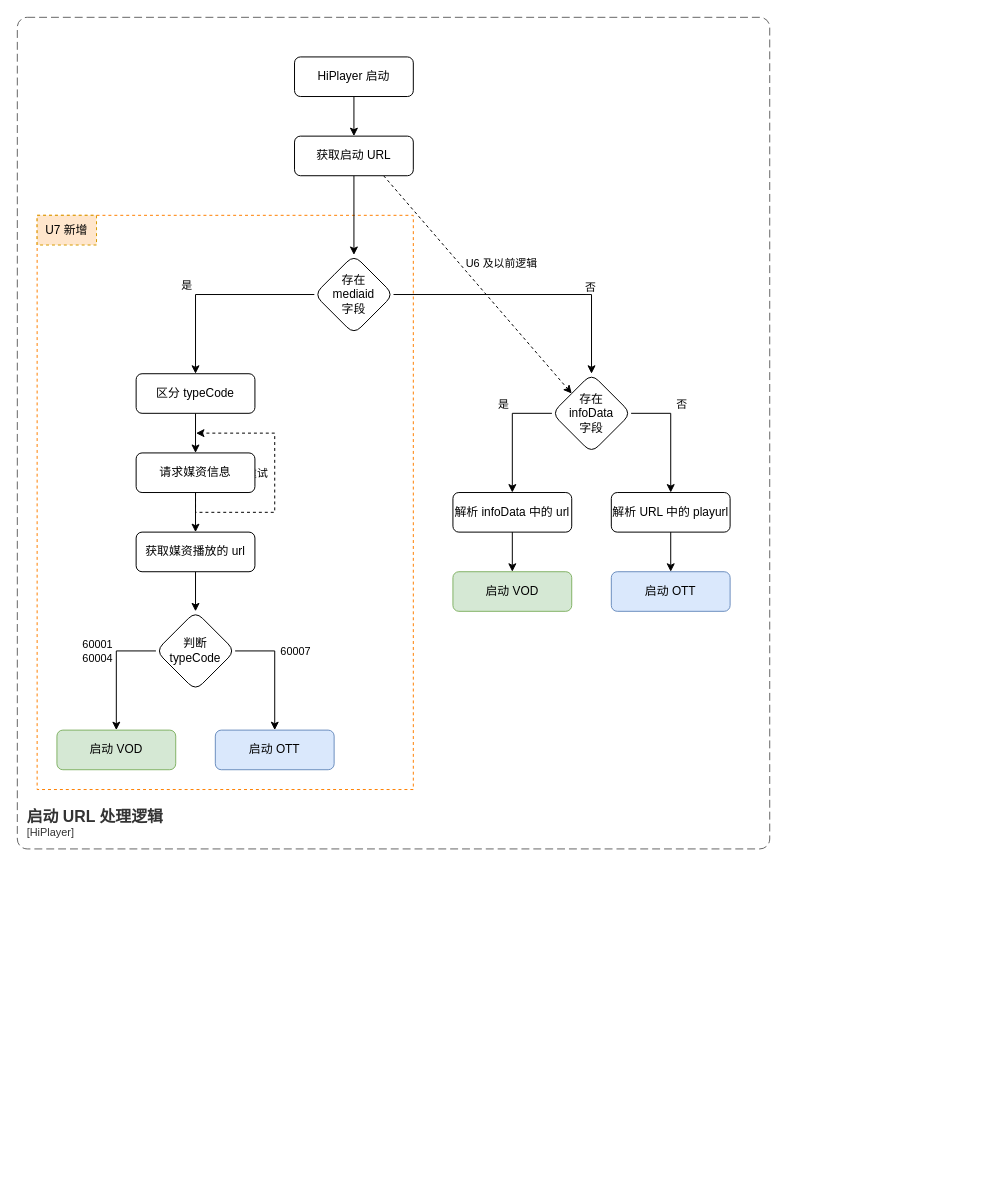
Before: page "启动 URL 处理逻辑" (2 of 2) of HiPlayer.drawio in LeeDebug/drawio, a draw.io diagram. Source tidied: cells renumbered, new cells numbered last; positions are measured from the earlier drawing's top-left corner, leaving out a move shared by most shapes. Both pictures are drawn from the tidied source at 99%, with x=0, y=0 at pixel (17, 17).
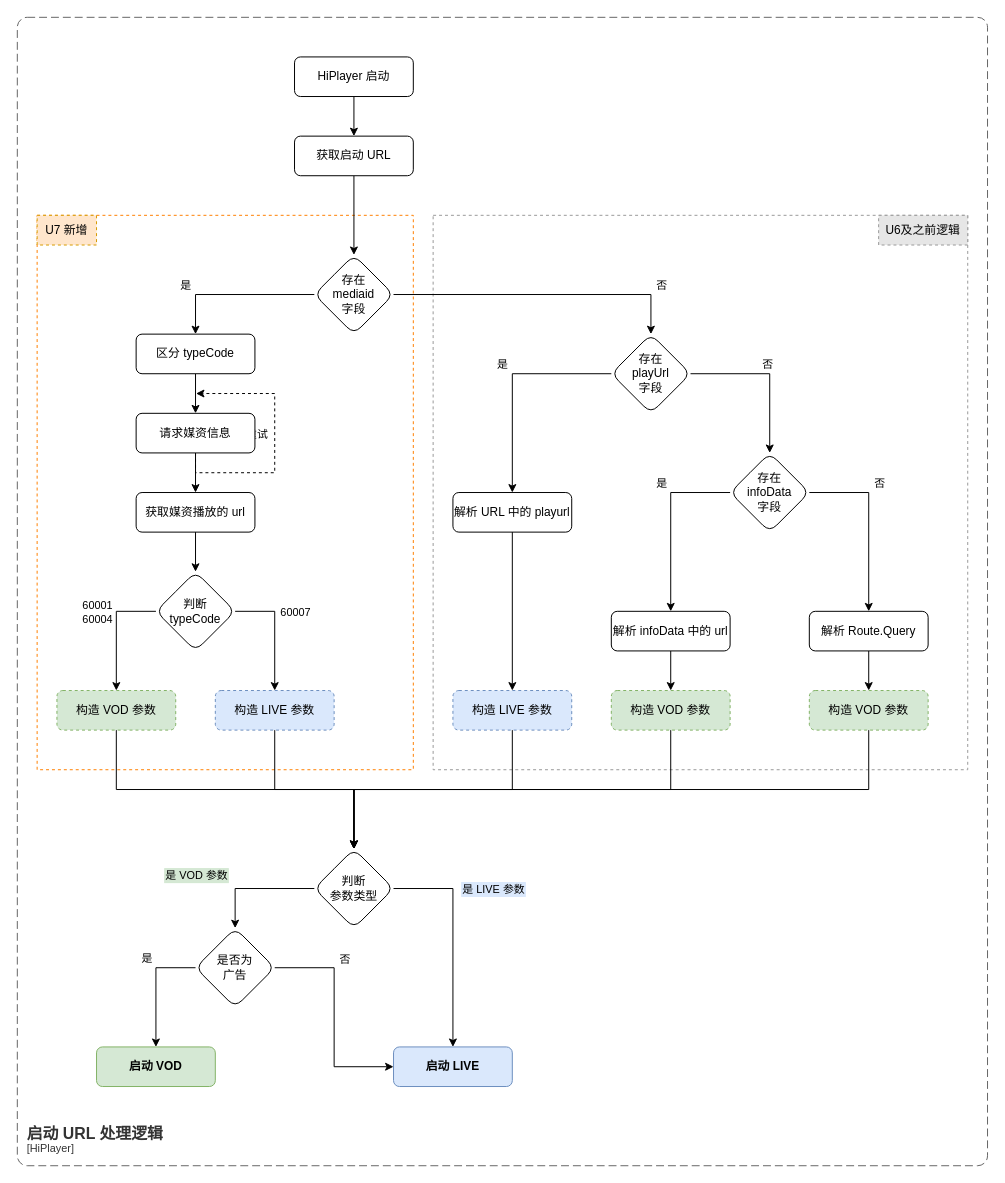
After the change.

Unchanged cells that the change refers to:
```xml
<mxCell id="9" value="获取启动 URL" style="whiteSpace=wrap;html=1;rounded=1;" parent="1" vertex="1">
  <mxGeometry x="280" y="120" width="120" height="40" as="geometry" />
</mxCell>
<mxCell id="10" style="edgeStyle=orthogonalEdgeStyle;rounded=0;jettySize=auto;html=1;exitX=0;exitY=0.5;exitDx=0;exitDy=0;entryX=0.5;entryY=0;entryDx=0;entryDy=0;" parent="1" edge="1" source="14" target="16">
  <mxGeometry relative="1" as="geometry" />
</mxCell>
<mxCell id="21" style="edgeStyle=orthogonalEdgeStyle;rounded=0;jettySize=auto;html=1;exitX=0;exitY=0.5;exitDx=0;exitDy=0;entryX=0.5;entryY=0;entryDx=0;entryDy=0;" parent="1" edge="1" source="25" target="27">
  <mxGeometry relative="1" as="geometry" />
</mxCell>
<mxCell id="23" style="edgeStyle=orthogonalEdgeStyle;rounded=0;jettySize=auto;html=1;exitX=1;exitY=0.5;exitDx=0;exitDy=0;entryX=0.5;entryY=0;entryDx=0;entryDy=0;" parent="1" edge="1" source="25" target="14">
  <mxGeometry relative="1" as="geometry" />
</mxCell>
```

What changed in the source:
```diff
@@
+    <mxCell id="42" style="rounded=0;whiteSpace=wrap;html=1;fillColor=none;dashed=1;strokeColor=#999999;" parent="1" vertex="1">
+      <mxGeometry x="420" y="200" width="540" height="560" as="geometry" />
+    </mxCell>
     <mxCell id="2" style="rounded=0;whiteSpace=wrap;html=1;fillColor=none;dashed=1;strokeColor=#FF8000;" parent="1" vertex="1">
-      <mxGeometry x="20" y="200" width="380" height="580" as="geometry" />
+      <mxGeometry x="20" y="200" width="380" height="560" as="geometry" />
     </mxCell>
@@
     <object id="5" label="&lt;font style=&quot;font-size: 16px&quot;&gt;&lt;b&gt;&lt;div style=&quot;text-align: left&quot;&gt;%c4Name%&lt;/div&gt;&lt;/b&gt;&lt;/font&gt;&lt;div style=&quot;text-align: left&quot;&gt;[%c4Application%]&lt;/div&gt;" c4Application="HiPlayer" c4Name="启动 URL 处理逻辑" placeholders="1">
       <mxCell style="rounded=1;fontSize=11;whiteSpace=wrap;html=1;dashed=1;arcSize=20;fillColor=none;strokeColor=#666666;fontColor=#333333;labelBackgroundColor=none;align=left;verticalAlign=bottom;labelBorderColor=none;spacingTop=0;spacing=10;dashPattern=8 4;perimeter=rectanglePerimeter;noLabel=0;labelPadding=0;absoluteArcSize=1;" parent="1" vertex="1">
-        <mxGeometry width="760" height="840" as="geometry" />
+        <mxGeometry width="980" height="1160" as="geometry" />
       </mxCell>
     </object>
@@
-    <mxCell id="7" style="rounded=0;jettySize=auto;html=1;exitX=0.75;exitY=1;exitDx=0;exitDy=0;entryX=0;entryY=0;entryDx=0;entryDy=0;dashed=1;" parent="1" edge="1" source="9" target="14">
-      <mxGeometry relative="1" as="geometry" />
-    </mxCell>
-    <mxCell id="8" value="U6 及以前逻辑" style="edgeLabel;html=1;align=center;verticalAlign=middle;" parent="7" vertex="1">
-      <mxGeometry x="-0.14" y="1" relative="1" as="geometry">
-        <mxPoint x="36" y="-5" as="offset" />
-      </mxGeometry>
-    </mxCell>
@@
     <mxCell id="11" value="是" style="edgeLabel;html=1;align=center;verticalAlign=middle;" parent="10" vertex="1">
       <mxGeometry x="-0.33" relative="1" as="geometry">
-        <mxPoint x="-10" y="-10" as="offset" />
+        <mxPoint x="-37" y="-10" as="offset" />
       </mxGeometry>
     </mxCell>
-    <mxCell id="12" style="edgeStyle=orthogonalEdgeStyle;rounded=0;jettySize=auto;html=1;exitX=1;exitY=0.5;exitDx=0;exitDy=0;entryX=0.5;entryY=0;entryDx=0;entryDy=0;" parent="1" edge="1" source="14" target="18">
+    <mxCell id="12" style="edgeStyle=orthogonalEdgeStyle;rounded=0;jettySize=auto;html=1;exitX=1;exitY=0.5;exitDx=0;exitDy=0;entryX=0.5;entryY=0;entryDx=0;entryDy=0;" parent="1" edge="1" source="14" target="51">
       <mxGeometry relative="1" as="geometry" />
     </mxCell>
     <mxCell id="13" value="否" style="edgeLabel;html=1;align=center;verticalAlign=middle;" parent="12" vertex="1">
       <mxGeometry x="-0.33" y="2" relative="1" as="geometry">
-        <mxPoint x="8" y="-10" as="offset" />
+        <mxPoint x="23" y="-8" as="offset" />
       </mxGeometry>
     </mxCell>
-    <mxCell id="14" value="存在&lt;br&gt;infoData&lt;br&gt;字段" style="rhombus;whiteSpace=wrap;html=1;rounded=1;" parent="1" vertex="1">
-      <mxGeometry x="540" y="360" width="80" height="80" as="geometry" />
+    <mxCell id="14" value="存在&lt;br&gt;playUrl&lt;br&gt;字段" style="rhombus;whiteSpace=wrap;html=1;rounded=1;" parent="1" vertex="1">
+      <mxGeometry x="600" y="320" width="80" height="80" as="geometry" />
     </mxCell>
-    <mxCell id="15" style="edgeStyle=orthogonalEdgeStyle;rounded=0;jettySize=auto;html=1;exitX=0.5;exitY=1;exitDx=0;exitDy=0;entryX=0.5;entryY=0;entryDx=0;entryDy=0;" parent="1" edge="1" source="16" target="19">
+    <mxCell id="15" style="edgeStyle=orthogonalEdgeStyle;rounded=0;jettySize=auto;html=1;exitX=0.5;exitY=1;exitDx=0;exitDy=0;entryX=0.5;entryY=0;entryDx=0;entryDy=0;" parent="1" edge="1" source="16" target="20">
       <mxGeometry relative="1" as="geometry" />
     </mxCell>
-    <mxCell id="16" value="解析 infoData 中的 url" style="whiteSpace=wrap;html=1;rounded=1;" parent="1" vertex="1">
+    <mxCell id="16" value="解析 URL 中的 playurl" style="whiteSpace=wrap;html=1;rounded=1;" parent="1" vertex="1">
       <mxGeometry x="440" y="480" width="120" height="40" as="geometry" />
     </mxCell>
-    <mxCell id="17" style="edgeStyle=orthogonalEdgeStyle;rounded=0;jettySize=auto;html=1;exitX=0.5;exitY=1;exitDx=0;exitDy=0;entryX=0.5;entryY=0;entryDx=0;entryDy=0;" parent="1" edge="1" source="18" target="20">
-      <mxGeometry relative="1" as="geometry" />
-    </mxCell>
-    <mxCell id="18" value="解析 URL 中的 playurl" style="whiteSpace=wrap;html=1;rounded=1;" parent="1" vertex="1">
-      <mxGeometry x="600" y="480" width="120" height="40" as="geometry" />
-    </mxCell>
-    <mxCell id="19" value="启动 VOD" style="whiteSpace=wrap;html=1;rounded=1;fillColor=#d5e8d4;strokeColor=#82b366;" parent="1" vertex="1">
-      <mxGeometry x="440" y="560" width="120" height="40" as="geometry" />
-    </mxCell>
+    <mxCell id="43" style="edgeStyle=orthogonalEdgeStyle;rounded=0;jettySize=auto;html=1;exitX=0.5;exitY=1;exitDx=0;exitDy=0;entryX=0.5;entryY=0;entryDx=0;entryDy=0;" parent="1" edge="1" source="20" target="64">
+      <mxGeometry relative="1" as="geometry" />
+    </mxCell>
-    <mxCell id="20" value="启动 OTT" style="whiteSpace=wrap;html=1;rounded=1;fillColor=#dae8fc;strokeColor=#6c8ebf;" parent="1" vertex="1">
-      <mxGeometry x="600" y="560" width="120" height="40" as="geometry" />
+    <mxCell id="20" value="构造 LIVE 参数" style="whiteSpace=wrap;html=1;rounded=1;fillColor=#dae8fc;strokeColor=#6c8ebf;dashed=1;" parent="1" vertex="1">
+      <mxGeometry x="440" y="680" width="120" height="40" as="geometry" />
     </mxCell>
@@
     <mxCell id="22" value="是" style="edgeLabel;html=1;align=center;verticalAlign=middle;" parent="21" vertex="1">
       <mxGeometry x="-0.33" y="-4" relative="1" as="geometry">
-        <mxPoint x="-63" y="-6" as="offset" />
+        <mxPoint x="-77" y="-6" as="offset" />
       </mxGeometry>
     </mxCell>
@@
     <mxCell id="24" value="否" style="edgeLabel;html=1;align=center;verticalAlign=middle;" parent="23" vertex="1">
       <mxGeometry x="0.33" y="-2" relative="1" as="geometry">
-        <mxPoint x="12" y="-10" as="offset" />
+        <mxPoint x="70" y="-12" as="offset" />
       </mxGeometry>
     </mxCell>
@@
     <mxCell id="27" value="区分 typeCode" style="whiteSpace=wrap;html=1;rounded=1;" parent="1" vertex="1">
-      <mxGeometry x="120" y="360" width="120" height="40" as="geometry" />
+      <mxGeometry x="120" y="320" width="120" height="40" as="geometry" />
     </mxCell>
@@
     <mxCell id="29" value="获取媒资播放的 url" style="whiteSpace=wrap;html=1;rounded=1;" parent="1" vertex="1">
-      <mxGeometry x="120" y="520" width="120" height="40" as="geometry" />
+      <mxGeometry x="120" y="480" width="120" height="40" as="geometry" />
     </mxCell>
@@
     <mxCell id="31" style="edgeStyle=orthogonalEdgeStyle;rounded=0;jettySize=auto;html=1;exitX=0.5;exitY=1;exitDx=0;exitDy=0;dashed=1;" parent="1" edge="1" source="33">
       <mxGeometry relative="1" as="geometry">
-        <mxPoint x="180" y="420" as="targetPoint" />
+        <mxPoint x="180" y="380" as="targetPoint" />
       </mxGeometry>
     </mxCell>
@@
     <mxCell id="33" value="请求媒资信息" style="whiteSpace=wrap;html=1;rounded=1;" parent="1" vertex="1">
-      <mxGeometry x="120" y="440" width="120" height="40" as="geometry" />
+      <mxGeometry x="120" y="400" width="120" height="40" as="geometry" />
     </mxCell>
@@
     <mxCell id="38" value="判断&lt;br&gt;typeCode" style="rhombus;whiteSpace=wrap;html=1;rounded=1;" parent="1" vertex="1">
-      <mxGeometry x="140" y="600" width="80" height="80" as="geometry" />
+      <mxGeometry x="140" y="560" width="80" height="80" as="geometry" />
     </mxCell>
+    <mxCell id="44" style="edgeStyle=orthogonalEdgeStyle;rounded=0;jettySize=auto;html=1;exitX=0.5;exitY=1;exitDx=0;exitDy=0;" parent="1" edge="1" source="39" target="64">
+      <mxGeometry relative="1" as="geometry" />
+    </mxCell>
-    <mxCell id="39" value="启动 VOD" style="whiteSpace=wrap;html=1;rounded=1;fillColor=#d5e8d4;strokeColor=#82b366;" parent="1" vertex="1">
-      <mxGeometry x="40" y="720" width="120" height="40" as="geometry" />
+    <mxCell id="39" value="构造 VOD 参数" style="whiteSpace=wrap;html=1;rounded=1;fillColor=#d5e8d4;strokeColor=#82b366;fillStyle=auto;dashed=1;gradientColor=none;gradientDirection=north;" parent="1" vertex="1">
+      <mxGeometry x="40" y="680" width="120" height="40" as="geometry" />
     </mxCell>
+    <mxCell id="45" style="edgeStyle=orthogonalEdgeStyle;rounded=0;jettySize=auto;html=1;exitX=0.5;exitY=1;exitDx=0;exitDy=0;" parent="1" edge="1" source="40" target="64">
+      <mxGeometry relative="1" as="geometry" />
+    </mxCell>
-    <mxCell id="40" value="启动 OTT" style="whiteSpace=wrap;html=1;rounded=1;fillColor=#dae8fc;strokeColor=#6c8ebf;" parent="1" vertex="1">
-      <mxGeometry x="200" y="720" width="120" height="40" as="geometry" />
+    <mxCell id="40" value="构造 LIVE 参数" style="whiteSpace=wrap;html=1;rounded=1;fillColor=#dae8fc;strokeColor=#6c8ebf;dashed=1;" parent="1" vertex="1">
+      <mxGeometry x="200" y="680" width="120" height="40" as="geometry" />
     </mxCell>
@@
+    <mxCell id="46" value="U6及之前逻辑" style="text;html=1;strokeColor=#999999;fillColor=#E6E6E6;align=center;verticalAlign=middle;whiteSpace=wrap;rounded=0;dashed=1;" parent="1" vertex="1">
+      <mxGeometry x="870" y="200" width="90" height="30" as="geometry" />
+    </mxCell>
+    <mxCell id="47" style="edgeStyle=orthogonalEdgeStyle;rounded=0;jettySize=auto;html=1;exitX=0;exitY=0.5;exitDx=0;exitDy=0;entryX=0.5;entryY=0;entryDx=0;entryDy=0;" parent="1" edge="1" source="51" target="53">
+      <mxGeometry relative="1" as="geometry" />
+    </mxCell>
+    <mxCell id="48" value="是" style="edgeLabel;html=1;align=center;verticalAlign=middle;" parent="47" vertex="1">
+      <mxGeometry x="-0.39" y="-2" relative="1" as="geometry">
+        <mxPoint x="-15" y="-8" as="offset" />
+      </mxGeometry>
+    </mxCell>
+    <mxCell id="49" style="edgeStyle=orthogonalEdgeStyle;rounded=0;jettySize=auto;html=1;exitX=1;exitY=0.5;exitDx=0;exitDy=0;entryX=0.5;entryY=0;entryDx=0;entryDy=0;" parent="1" edge="1" source="51" target="57">
+      <mxGeometry relative="1" as="geometry" />
+    </mxCell>
+    <mxCell id="50" value="否" style="edgeLabel;html=1;align=center;verticalAlign=middle;fontColor=#000000;" parent="49" vertex="1">
+      <mxGeometry x="-0.41" relative="1" as="geometry">
+        <mxPoint x="17" y="-10" as="offset" />
+      </mxGeometry>
+    </mxCell>
+    <mxCell id="51" value="存在&lt;br&gt;infoData&lt;br&gt;字段" style="rhombus;whiteSpace=wrap;html=1;rounded=1;" parent="1" vertex="1">
+      <mxGeometry x="720" y="440" width="80" height="80" as="geometry" />
+    </mxCell>
+    <mxCell id="52" style="edgeStyle=orthogonalEdgeStyle;rounded=0;jettySize=auto;html=1;exitX=0.5;exitY=1;exitDx=0;exitDy=0;entryX=0.5;entryY=0;entryDx=0;entryDy=0;" parent="1" edge="1" source="53" target="55">
+      <mxGeometry relative="1" as="geometry" />
+    </mxCell>
+    <mxCell id="53" value="解析 infoData 中的 url" style="whiteSpace=wrap;html=1;rounded=1;" parent="1" vertex="1">
+      <mxGeometry x="600" y="600" width="120" height="40" as="geometry" />
+    </mxCell>
+    <mxCell id="54" style="edgeStyle=orthogonalEdgeStyle;rounded=0;jettySize=auto;html=1;exitX=0.5;exitY=1;exitDx=0;exitDy=0;entryX=0.5;entryY=0;entryDx=0;entryDy=0;" parent="1" edge="1" source="55" target="64">
+      <mxGeometry relative="1" as="geometry" />
+    </mxCell>
+    <mxCell id="55" value="构造 VOD 参数" style="whiteSpace=wrap;html=1;rounded=1;fillColor=#d5e8d4;strokeColor=#82b366;dashed=1;" parent="1" vertex="1">
+      <mxGeometry x="600" y="680" width="120" height="40" as="geometry" />
+    </mxCell>
+    <mxCell id="56" style="edgeStyle=orthogonalEdgeStyle;rounded=0;jettySize=auto;html=1;exitX=0.5;exitY=1;exitDx=0;exitDy=0;entryX=0.5;entryY=0;entryDx=0;entryDy=0;" parent="1" edge="1" source="57" target="59">
+      <mxGeometry relative="1" as="geometry" />
+    </mxCell>
+    <mxCell id="57" value="解析 Route.Query" style="whiteSpace=wrap;html=1;rounded=1;" parent="1" vertex="1">
+      <mxGeometry x="800" y="600" width="120" height="40" as="geometry" />
+    </mxCell>
+    <mxCell id="58" style="edgeStyle=orthogonalEdgeStyle;rounded=0;jettySize=auto;html=1;exitX=0.5;exitY=1;exitDx=0;exitDy=0;entryX=0.5;entryY=0;entryDx=0;entryDy=0;" parent="1" edge="1" source="59" target="64">
+      <mxGeometry relative="1" as="geometry" />
+    </mxCell>
+    <mxCell id="59" value="构造 VOD 参数" style="whiteSpace=wrap;html=1;rounded=1;fillColor=#d5e8d4;strokeColor=#82b366;dashed=1;" parent="1" vertex="1">
+      <mxGeometry x="800" y="680" width="120" height="40" as="geometry" />
+    </mxCell>
+    <mxCell id="60" style="edgeStyle=orthogonalEdgeStyle;rounded=0;jettySize=auto;html=1;exitX=0;exitY=0.5;exitDx=0;exitDy=0;entryX=0.5;entryY=0;entryDx=0;entryDy=0;" parent="1" edge="1" source="64" target="70">
+      <mxGeometry relative="1" as="geometry" />
+    </mxCell>
+    <mxCell id="61" value="是 VOD 参数" style="edgeLabel;html=1;align=center;verticalAlign=middle;labelBackgroundColor=#D5E8D4;labelBorderColor=#D5E8D4;" parent="60" vertex="1">
+      <mxGeometry x="-0.19" y="1" relative="1" as="geometry">
+        <mxPoint x="-71" y="-15" as="offset" />
+      </mxGeometry>
+    </mxCell>
+    <mxCell id="62" style="edgeStyle=orthogonalEdgeStyle;rounded=0;jettySize=auto;html=1;exitX=1;exitY=0.5;exitDx=0;exitDy=0;entryX=0.5;entryY=0;entryDx=0;entryDy=0;" parent="1" edge="1" source="64" target="65">
+      <mxGeometry relative="1" as="geometry" />
+    </mxCell>
+    <mxCell id="63" value="是 LIVE 参数" style="edgeLabel;html=1;align=center;verticalAlign=middle;labelBackgroundColor=#DAE8FC;labelBorderColor=#DAE8FC;" parent="62" vertex="1">
+      <mxGeometry x="-0.29" y="1" relative="1" as="geometry">
+        <mxPoint x="39" y="-18" as="offset" />
+      </mxGeometry>
+    </mxCell>
+    <mxCell id="64" value="判断&lt;br&gt;参数类型" style="rhombus;whiteSpace=wrap;html=1;rounded=1;" parent="1" vertex="1">
+      <mxGeometry x="300" y="840" width="80" height="80" as="geometry" />
+    </mxCell>
+    <mxCell id="65" value="&lt;b&gt;启动 LIVE&lt;/b&gt;" style="whiteSpace=wrap;html=1;rounded=1;fillColor=#dae8fc;strokeColor=#6c8ebf;" parent="1" vertex="1">
+      <mxGeometry x="380" y="1040" width="120" height="40" as="geometry" />
+    </mxCell>
+    <mxCell id="19" value="&lt;b&gt;启动 VOD&lt;/b&gt;" style="whiteSpace=wrap;html=1;rounded=1;fillColor=#d5e8d4;strokeColor=#82b366;" parent="1" vertex="1">
+      <mxGeometry x="80" y="1040" width="120" height="40" as="geometry" />
+    </mxCell>
+    <mxCell id="66" style="edgeStyle=orthogonalEdgeStyle;rounded=0;jettySize=auto;html=1;exitX=0;exitY=0.5;exitDx=0;exitDy=0;entryX=0.5;entryY=0;entryDx=0;entryDy=0;" parent="1" edge="1" source="70" target="19">
+      <mxGeometry relative="1" as="geometry" />
+    </mxCell>
+    <mxCell id="67" value="是" style="edgeLabel;html=1;align=center;verticalAlign=middle;fontColor=#000000;" parent="66" vertex="1">
+      <mxGeometry x="-0.37" y="1" relative="1" as="geometry">
+        <mxPoint x="-12" y="-11" as="offset" />
+      </mxGeometry>
+    </mxCell>
+    <mxCell id="68" style="edgeStyle=orthogonalEdgeStyle;rounded=0;jettySize=auto;html=1;exitX=1;exitY=0.5;exitDx=0;exitDy=0;entryX=0;entryY=0.5;entryDx=0;entryDy=0;" parent="1" edge="1" source="70" target="65">
+      <mxGeometry relative="1" as="geometry" />
+    </mxCell>
+    <mxCell id="69" value="否" style="edgeLabel;html=1;align=center;verticalAlign=middle;fontColor=#000000;" parent="68" vertex="1">
+      <mxGeometry x="-0.33" y="-1" relative="1" as="geometry">
+        <mxPoint x="11" y="-23" as="offset" />
+      </mxGeometry>
+    </mxCell>
+    <mxCell id="70" value="是否为&lt;br&gt;广告" style="rhombus;whiteSpace=wrap;html=1;rounded=1;" parent="1" vertex="1">
+      <mxGeometry x="180" y="920" width="80" height="80" as="geometry" />
+    </mxCell>
```
